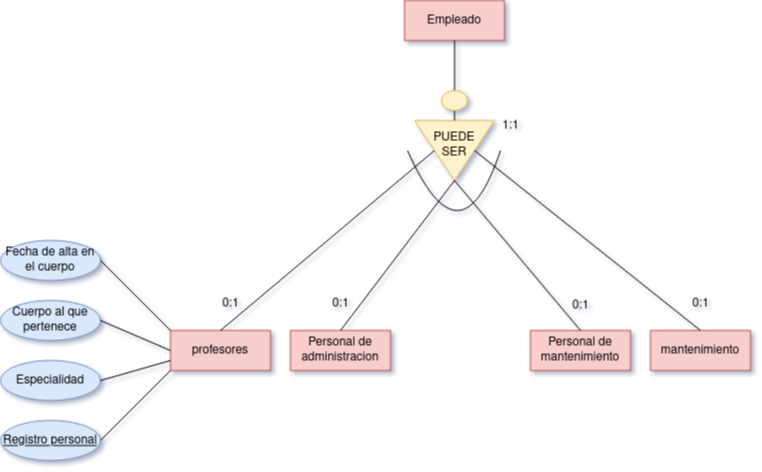
This is Unidad-1/Tareas/Tarea-7/Tarea7.drawio.png from DavidRiccio/base-datos, a draw.io export, as it was before one commit. Source tidied: cells renumbered, new cells last; positions are measured from the earlier drawing's top-left corner, leaving out a move shared by most shapes.
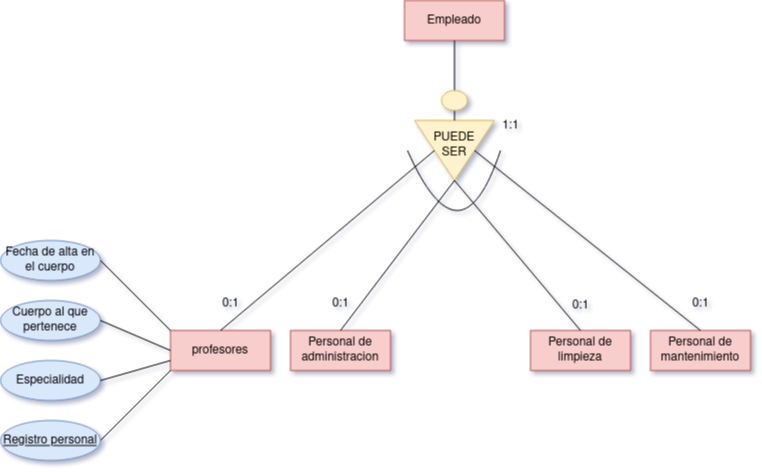
Later version of the same file.

Change to the diagram source:
```diff
@@ -11,7 +11,7 @@
     <mxCell id="4" style="endArrow=none;html=1;rounded=0;exitX=0.5;exitY=1;exitDx=0;exitDy=0;entryX=0;entryY=0.5;entryDx=0;entryDy=0;" parent="1" edge="1" source="2" target="3">
       <mxGeometry relative="1" as="geometry" />
     </mxCell>
-    <mxCell id="5" value="Personal de mantenimiento" style="whiteSpace=wrap;html=1;align=center;fillColor=#f8cecc;strokeColor=#b85450;" parent="1" vertex="1">
+    <mxCell id="5" value="Personal de limpieza" style="whiteSpace=wrap;html=1;align=center;fillColor=#f8cecc;strokeColor=#b85450;" parent="1" vertex="1">
       <mxGeometry x="530" y="330" width="100" height="40" as="geometry" />
     </mxCell>
     <mxCell id="6" value="Personal de administracion" style="whiteSpace=wrap;html=1;align=center;fillColor=#f8cecc;strokeColor=#b85450;" parent="1" vertex="1">
@@ -20,7 +20,7 @@
     <mxCell id="7" value="profesores" style="whiteSpace=wrap;html=1;align=center;fillColor=#f8cecc;strokeColor=#b85450;" parent="1" vertex="1">
       <mxGeometry x="170" y="330" width="100" height="40" as="geometry" />
     </mxCell>
-    <mxCell id="8" value="mantenimiento" style="whiteSpace=wrap;html=1;align=center;fillColor=#f8cecc;strokeColor=#b85450;rounded=0;" parent="1" vertex="1">
+    <mxCell id="8" value="Personal de mantenimiento " style="whiteSpace=wrap;html=1;align=center;fillColor=#f8cecc;strokeColor=#b85450;rounded=0;" parent="1" vertex="1">
       <mxGeometry x="650" y="330" width="100" height="40" as="geometry" />
     </mxCell>
     <mxCell id="9" style="endArrow=none;html=1;rounded=0;entryX=1;entryY=0.5;entryDx=0;entryDy=0;exitX=0.5;exitY=0;exitDx=0;exitDy=0;" parent="1" edge="1" source="6" target="3">
```
